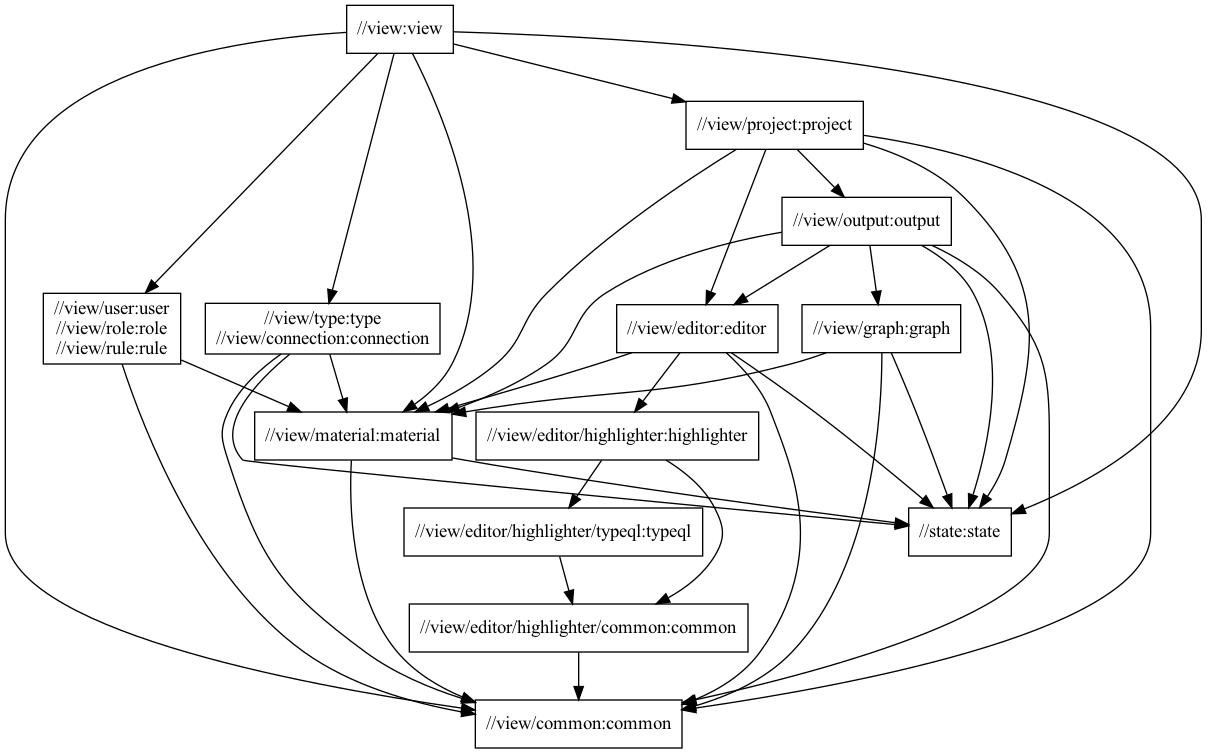
Earlier version of the Graphviz export docs/view-package-structure.png (typedb/typedb-studio). Its source is kept beside it as docs/view-package-structure.dot.
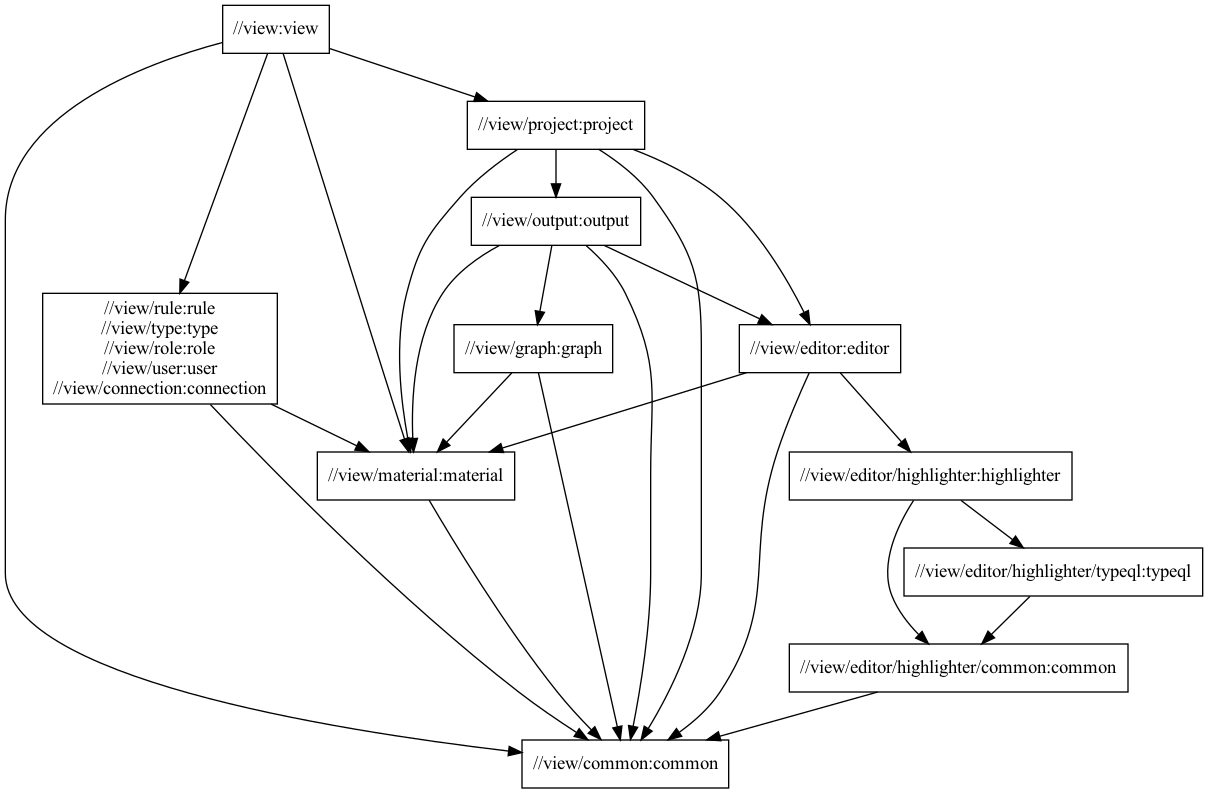
The same diagram one commit later.

Commit message:
Update package structure documentation

The edit, as a diff of the source:
```diff
@@ -2,43 +2,26 @@
   node [shape=box];
   "//view:view"
   "//view:view" -> "//view/common:common"
-  "//view:view" -> "//view/type:type\n//view/connection:connection"
+  "//view:view" -> "//view/rule:rule\n//view/type:type\n//view/role:role\n//view/user:user\n//view/connection:connection"
   "//view:view" -> "//view/material:material"
   "//view:view" -> "//view/project:project"
-  "//view:view" -> "//view/user:user\n//view/role:role\n//view/rule:rule"
-  "//view:view" -> "//state:state"
   "//view/project:project"
   "//view/project:project" -> "//view/common:common"
   "//view/project:project" -> "//view/editor:editor"
   "//view/project:project" -> "//view/material:material"
   "//view/project:project" -> "//view/output:output"
-  "//view/project:project" -> "//state:state"
   "//view/output:output"
   "//view/output:output" -> "//view/common:common"
   "//view/output:output" -> "//view/editor:editor"
   "//view/output:output" -> "//view/graph:graph"
   "//view/output:output" -> "//view/material:material"
-  "//view/output:output" -> "//state:state"
   "//view/graph:graph"
   "//view/graph:graph" -> "//view/common:common"
   "//view/graph:graph" -> "//view/material:material"
-  "//view/graph:graph" -> "//state:state"
-  "//view/user:user\n//view/role:role\n//view/rule:rule"
-  "//view/user:user\n//view/role:role\n//view/rule:rule" -> "//view/common:common"
-  "//view/user:user\n//view/role:role\n//view/rule:rule" -> "//view/material:material"
-  "//view/type:type\n//view/connection:connection"
-  "//view/type:type\n//view/connection:connection" -> "//view/common:common"
-  "//view/type:type\n//view/connection:connection" -> "//view/material:material"
-  "//view/type:type\n//view/connection:connection" -> "//state:state"
   "//view/editor:editor"
   "//view/editor:editor" -> "//view/common:common"
   "//view/editor:editor" -> "//view/editor/highlighter:highlighter"
   "//view/editor:editor" -> "//view/material:material"
-  "//view/editor:editor" -> "//state:state"
-  "//view/material:material"
-  "//view/material:material" -> "//view/common:common"
-  "//view/material:material" -> "//state:state"
-  "//state:state"
   "//view/editor/highlighter:highlighter"
   "//view/editor/highlighter:highlighter" -> "//view/editor/highlighter/common:common"
   "//view/editor/highlighter:highlighter" -> "//view/editor/highlighter/typeql:typeql"
@@ -46,5 +29,10 @@
   "//view/editor/highlighter/typeql:typeql" -> "//view/editor/highlighter/common:common"
   "//view/editor/highlighter/common:common"
   "//view/editor/highlighter/common:common" -> "//view/common:common"
+  "//view/rule:rule\n//view/type:type\n//view/role:role\n//view/user:user\n//view/connection:connection"
+  "//view/rule:rule\n//view/type:type\n//view/role:role\n//view/user:user\n//view/connection:connection" -> "//view/common:common"
+  "//view/rule:rule\n//view/type:type\n//view/role:role\n//view/user:user\n//view/connection:connection" -> "//view/material:material"
+  "//view/material:material"
+  "//view/material:material" -> "//view/common:common"
   "//view/common:common"
 }
```
